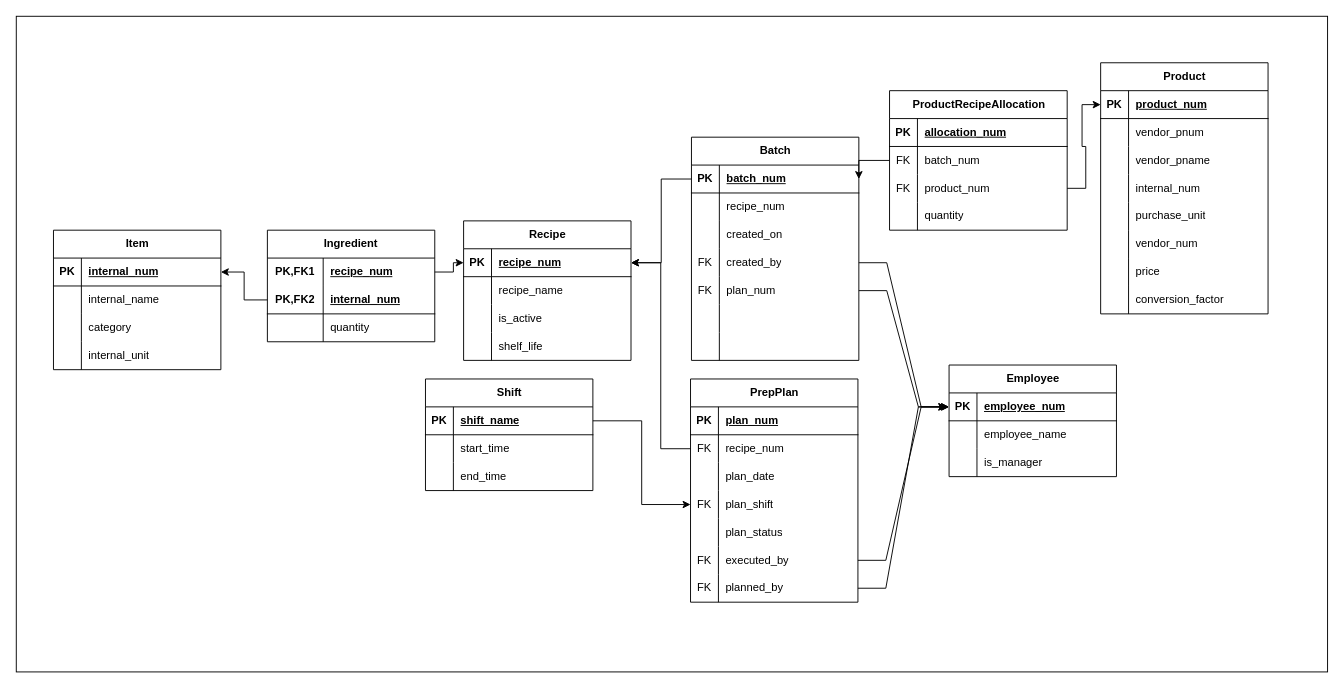
Above: Documentation/Diagrams/recipe_system.drawio in 00jeremy00/Food_Inventory (draw.io), before the change. Source tidied: cells renumbered, new cells numbered last; positions are measured from the earlier drawing's top-left corner, leaving out a move shared by most shapes. Both pictures are drawn from the tidied source at 93%, with x=0, y=0 at pixel (16, 16).
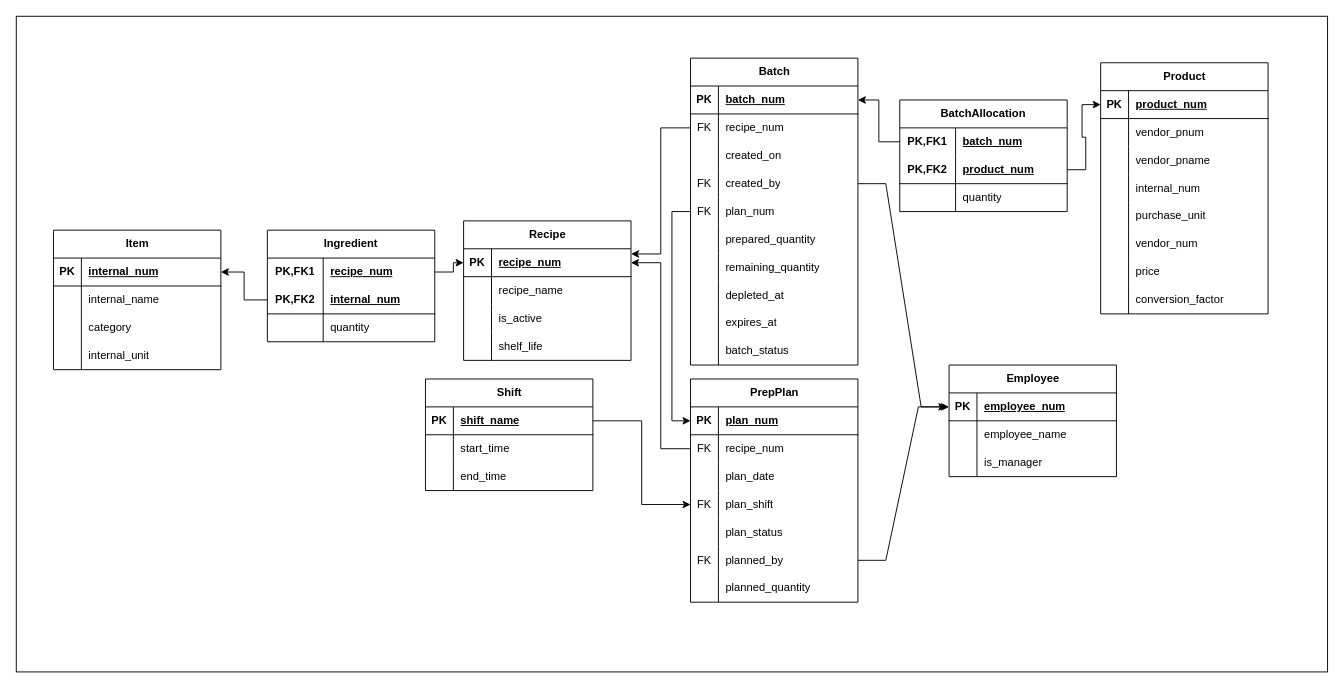
The same diagram, later.

Unchanged cells that the change refers to:
```xml
<mxCell id="4" style="shape=tableRow;horizontal=0;startSize=0;swimlaneHead=0;swimlaneBody=0;fillColor=none;points=[[0,0.5],[1,0.5]];portConstraint=eastwest;top=0;left=0;right=0;bottom=1;swimlaneLine=1;" parent="3" vertex="1">
  <mxGeometry y="30" width="180" height="30" as="geometry" />
</mxCell>
<mxCell id="14" style="shape=tableRow;horizontal=0;startSize=0;swimlaneHead=0;swimlaneBody=0;fillColor=none;points=[[0,0.5],[1,0.5]];portConstraint=eastwest;top=0;left=0;right=0;bottom=1;swimlaneLine=1;" parent="13" vertex="1">
  <mxGeometry y="30" width="180" height="30" as="geometry" />
</mxCell>
<mxCell id="49" value="PrepPlan" style="shape=table;startSize=30;childLayout=tableLayout;rowLines=0;fontStyle=1;align=center;html=1;swimlaneLine=1;" parent="1" vertex="1">
  <mxGeometry x="725" y="390" width="180" height="240" as="geometry" />
</mxCell>
<mxCell id="50" style="shape=tableRow;horizontal=0;startSize=0;swimlaneHead=0;swimlaneBody=0;fillColor=none;points=[[0,0.5],[1,0.5]];portConstraint=eastwest;top=0;left=0;right=0;bottom=1;swimlaneLine=1;" parent="49" vertex="1">
  <mxGeometry y="30" width="180" height="30" as="geometry" />
</mxCell>
<mxCell id="95" style="shape=tableRow;horizontal=0;startSize=0;swimlaneHead=0;swimlaneBody=0;fillColor=none;points=[[0,0.5],[1,0.5]];portConstraint=eastwest;top=0;left=0;right=0;bottom=1;swimlaneLine=1;" parent="94" vertex="1">
  <mxGeometry y="30" width="180" height="30" as="geometry" />
</mxCell>
<mxCell id="98" style="shape=tableRow;horizontal=0;startSize=0;swimlaneHead=0;swimlaneBody=0;fillColor=none;points=[[0,0.5],[1,0.5]];portConstraint=eastwest;top=0;left=0;right=0;bottom=0;swimlaneLine=1;" parent="94" vertex="1">
  <mxGeometry y="60" width="180" height="30" as="geometry" />
</mxCell>
<mxCell id="107" style="shape=tableRow;horizontal=0;startSize=0;swimlaneHead=0;swimlaneBody=0;fillColor=none;points=[[0,0.5],[1,0.5]];portConstraint=eastwest;top=0;left=0;right=0;bottom=0;swimlaneLine=1;" parent="94" vertex="1">
  <mxGeometry y="150" width="180" height="30" as="geometry" />
</mxCell>
<mxCell id="110" style="shape=tableRow;horizontal=0;startSize=0;swimlaneHead=0;swimlaneBody=0;fillColor=none;top=0;left=0;right=0;bottom=0;swimlaneLine=1;" parent="94" vertex="1">
  <mxGeometry y="180" width="180" height="30" as="geometry" />
</mxCell>
<mxCell id="113" style="shape=tableRow;horizontal=0;startSize=0;swimlaneHead=0;swimlaneBody=0;fillColor=none;top=0;left=0;right=0;bottom=0;swimlaneLine=1;" parent="94" vertex="1">
  <mxGeometry y="210" width="180" height="30" as="geometry" />
</mxCell>
<mxCell id="117" style="shape=tableRow;horizontal=0;startSize=0;swimlaneHead=0;swimlaneBody=0;fillColor=none;points=[[0,0.5],[1,0.5]];portConstraint=eastwest;top=0;left=0;right=0;bottom=1;swimlaneLine=1;" parent="116" vertex="1">
  <mxGeometry y="30" width="180" height="30" as="geometry" />
</mxCell>
```

Change to the diagram source:
```diff
@@
-    <mxCell id="65" style="shape=tableRow;horizontal=0;startSize=0;swimlaneHead=0;swimlaneBody=0;fillColor=none;points=[[0,0.5],[1,0.5]];portConstraint=eastwest;top=0;left=0;right=0;bottom=0;swimlaneLine=1;" parent="49" vertex="1">
-      <mxGeometry y="180" width="180" height="30" as="geometry" />
-    </mxCell>
-    <mxCell id="66" value="FK" style="shape=partialRectangle;fillColor=none;top=0;left=0;bottom=0;right=0;overflow=hidden;whiteSpace=wrap;html=1;swimlaneLine=1;" parent="65" vertex="1">
-      <mxGeometry width="30" height="30" as="geometry" />
-    </mxCell>
-    <mxCell id="67" value="executed_by" style="shape=partialRectangle;fillColor=none;top=0;left=0;bottom=0;right=0;align=left;spacingLeft=6;overflow=hidden;whiteSpace=wrap;html=1;swimlaneLine=1;" parent="65" vertex="1">
-      <mxGeometry x="30" width="150" height="30" as="geometry" />
-    </mxCell>
     <mxCell id="68" style="shape=tableRow;horizontal=0;startSize=0;swimlaneHead=0;swimlaneBody=0;fillColor=none;points=[[0,0.5],[1,0.5]];portConstraint=eastwest;top=0;left=0;right=0;bottom=0;swimlaneLine=1;" parent="49" vertex="1">
-      <mxGeometry y="210" width="180" height="30" as="geometry" />
+      <mxGeometry y="180" width="180" height="30" as="geometry" />
     </mxCell>
@@
+    <mxCell id="152" style="shape=tableRow;horizontal=0;startSize=0;swimlaneHead=0;swimlaneBody=0;fillColor=none;top=0;left=0;right=0;bottom=0;swimlaneLine=1;" parent="49" vertex="1">
+      <mxGeometry y="210" width="180" height="30" as="geometry" />
+    </mxCell>
+    <mxCell id="153" style="shape=partialRectangle;fillColor=none;top=0;left=0;bottom=0;right=0;overflow=hidden;whiteSpace=wrap;html=1;swimlaneLine=1;" parent="152" vertex="1">
+      <mxGeometry width="30" height="30" as="geometry" />
+    </mxCell>
+    <mxCell id="154" value="planned_quantity" style="shape=partialRectangle;fillColor=none;top=0;left=0;bottom=0;right=0;align=left;spacingLeft=6;overflow=hidden;whiteSpace=wrap;html=1;swimlaneLine=1;" parent="152" vertex="1">
+      <mxGeometry x="30" width="150" height="30" as="geometry" />
+    </mxCell>
@@
-    <mxCell id="81" value="ProductRecipeAllocation" style="shape=table;startSize=30;childLayout=tableLayout;rowLines=0;fontStyle=1;align=center;html=1;swimlaneLine=1;" parent="1" vertex="1">
-      <mxGeometry x="939" y="80" width="191" height="150" as="geometry" />
-    </mxCell>
-    <mxCell id="82" style="shape=tableRow;horizontal=0;startSize=0;swimlaneHead=0;swimlaneBody=0;fillColor=none;top=0;left=0;right=0;bottom=1;swimlaneLine=1;" parent="81" vertex="1">
-      <mxGeometry y="30" width="191" height="30" as="geometry" />
-    </mxCell>
-    <mxCell id="83" value="PK" style="shape=partialRectangle;fillColor=none;top=0;left=0;bottom=0;right=0;fontStyle=1;overflow=hidden;whiteSpace=wrap;html=1;swimlaneLine=1;" parent="82" vertex="1">
-      <mxGeometry width="30" height="30" as="geometry" />
-    </mxCell>
-    <mxCell id="84" value="allocation_num" style="shape=partialRectangle;fillColor=none;top=0;left=0;bottom=0;right=0;align=left;spacingLeft=6;fontStyle=5;overflow=hidden;whiteSpace=wrap;html=1;swimlaneLine=1;" parent="82" vertex="1">
-      <mxGeometry x="30" width="161" height="30" as="geometry" />
-    </mxCell>
-    <mxCell id="85" style="shape=tableRow;horizontal=0;startSize=0;swimlaneHead=0;swimlaneBody=0;fillColor=none;points=[[0,0.5],[1,0.5]];portConstraint=eastwest;top=0;left=0;right=0;bottom=0;swimlaneLine=1;" parent="81" vertex="1">
-      <mxGeometry y="60" width="191" height="30" as="geometry" />
-    </mxCell>
-    <mxCell id="86" value="FK" style="shape=partialRectangle;fillColor=none;top=0;left=0;bottom=0;right=0;overflow=hidden;whiteSpace=wrap;html=1;swimlaneLine=1;" parent="85" vertex="1">
-      <mxGeometry width="30" height="30" as="geometry" />
-    </mxCell>
-    <mxCell id="87" value="batch_num" style="shape=partialRectangle;fillColor=none;top=0;left=0;bottom=0;right=0;align=left;spacingLeft=6;overflow=hidden;whiteSpace=wrap;html=1;swimlaneLine=1;" parent="85" vertex="1">
-      <mxGeometry x="30" width="161" height="30" as="geometry" />
-    </mxCell>
-    <mxCell id="88" style="shape=tableRow;horizontal=0;startSize=0;swimlaneHead=0;swimlaneBody=0;fillColor=none;points=[[0,0.5],[1,0.5]];portConstraint=eastwest;top=0;left=0;right=0;bottom=0;swimlaneLine=1;" parent="81" vertex="1">
-      <mxGeometry y="90" width="191" height="30" as="geometry" />
-    </mxCell>
-    <mxCell id="89" value="FK" style="shape=partialRectangle;fillColor=none;top=0;left=0;bottom=0;right=0;overflow=hidden;whiteSpace=wrap;html=1;swimlaneLine=1;" parent="88" vertex="1">
-      <mxGeometry width="30" height="30" as="geometry" />
-    </mxCell>
-    <mxCell id="90" value="product_num" style="shape=partialRectangle;fillColor=none;top=0;left=0;bottom=0;right=0;align=left;spacingLeft=6;overflow=hidden;whiteSpace=wrap;html=1;swimlaneLine=1;" parent="88" vertex="1">
-      <mxGeometry x="30" width="161" height="30" as="geometry" />
-    </mxCell>
-    <mxCell id="91" style="shape=tableRow;horizontal=0;startSize=0;swimlaneHead=0;swimlaneBody=0;fillColor=none;top=0;left=0;right=0;bottom=0;swimlaneLine=1;" parent="81" vertex="1">
-      <mxGeometry y="120" width="191" height="30" as="geometry" />
-    </mxCell>
-    <mxCell id="92" style="shape=partialRectangle;fillColor=none;top=0;left=0;bottom=0;right=0;overflow=hidden;whiteSpace=wrap;html=1;swimlaneLine=1;" parent="91" vertex="1">
-      <mxGeometry width="30" height="30" as="geometry" />
-    </mxCell>
-    <mxCell id="93" value="quantity" style="shape=partialRectangle;fillColor=none;top=0;left=0;bottom=0;right=0;align=left;spacingLeft=6;overflow=hidden;whiteSpace=wrap;html=1;swimlaneLine=1;" parent="91" vertex="1">
-      <mxGeometry x="30" width="161" height="30" as="geometry" />
-    </mxCell>
     <mxCell id="94" value="Batch" style="shape=table;startSize=30;childLayout=tableLayout;rowLines=0;fontStyle=1;align=center;html=1;swimlaneLine=1;" parent="1" vertex="1">
-      <mxGeometry x="726" y="130" width="180" height="240" as="geometry" />
+      <mxGeometry x="725" y="45" width="180" height="330" as="geometry" />
     </mxCell>
@@
-    <mxCell id="99" style="shape=partialRectangle;fillColor=none;top=0;left=0;bottom=0;right=0;overflow=hidden;whiteSpace=wrap;html=1;swimlaneLine=1;" parent="98" vertex="1">
+    <mxCell id="99" value="FK" style="shape=partialRectangle;fillColor=none;top=0;left=0;bottom=0;right=0;overflow=hidden;whiteSpace=wrap;html=1;swimlaneLine=1;" parent="98" vertex="1">
       <mxGeometry width="30" height="30" as="geometry" />
     </mxCell>
@@
-    <mxCell id="112" style="shape=partialRectangle;fillColor=none;top=0;left=0;bottom=0;right=0;align=left;spacingLeft=6;overflow=hidden;whiteSpace=wrap;html=1;swimlaneLine=1;" parent="110" vertex="1">
+    <mxCell id="112" value="prepared_quantity" style="shape=partialRectangle;fillColor=none;top=0;left=0;bottom=0;right=0;align=left;spacingLeft=6;overflow=hidden;whiteSpace=wrap;html=1;swimlaneLine=1;" parent="110" vertex="1">
       <mxGeometry x="30" width="150" height="30" as="geometry" />
     </mxCell>
@@
-    <mxCell id="115" style="shape=partialRectangle;fillColor=none;top=0;left=0;bottom=0;right=0;align=left;spacingLeft=6;overflow=hidden;whiteSpace=wrap;html=1;swimlaneLine=1;" parent="113" vertex="1">
+    <mxCell id="115" value="remaining_quantity" style="shape=partialRectangle;fillColor=none;top=0;left=0;bottom=0;right=0;align=left;spacingLeft=6;overflow=hidden;whiteSpace=wrap;html=1;swimlaneLine=1;" parent="113" vertex="1">
       <mxGeometry x="30" width="150" height="30" as="geometry" />
     </mxCell>
+    <mxCell id="155" style="shape=tableRow;horizontal=0;startSize=0;swimlaneHead=0;swimlaneBody=0;fillColor=none;top=0;left=0;right=0;bottom=0;swimlaneLine=1;" parent="94" vertex="1">
+      <mxGeometry y="240" width="180" height="30" as="geometry" />
+    </mxCell>
+    <mxCell id="156" style="shape=partialRectangle;fillColor=none;top=0;left=0;bottom=0;right=0;overflow=hidden;whiteSpace=wrap;html=1;swimlaneLine=1;" parent="155" vertex="1">
+      <mxGeometry width="30" height="30" as="geometry" />
+    </mxCell>
+    <mxCell id="157" value="depleted_at" style="shape=partialRectangle;fillColor=none;top=0;left=0;bottom=0;right=0;align=left;spacingLeft=6;overflow=hidden;whiteSpace=wrap;html=1;swimlaneLine=1;" parent="155" vertex="1">
+      <mxGeometry x="30" width="150" height="30" as="geometry" />
+    </mxCell>
+    <mxCell id="158" style="shape=tableRow;horizontal=0;startSize=0;swimlaneHead=0;swimlaneBody=0;fillColor=none;top=0;left=0;right=0;bottom=0;swimlaneLine=1;" parent="94" vertex="1">
+      <mxGeometry y="270" width="180" height="30" as="geometry" />
+    </mxCell>
+    <mxCell id="159" style="shape=partialRectangle;fillColor=none;top=0;left=0;bottom=0;right=0;overflow=hidden;whiteSpace=wrap;html=1;swimlaneLine=1;" parent="158" vertex="1">
+      <mxGeometry width="30" height="30" as="geometry" />
+    </mxCell>
+    <mxCell id="160" value="expires_at" style="shape=partialRectangle;fillColor=none;top=0;left=0;bottom=0;right=0;align=left;spacingLeft=6;overflow=hidden;whiteSpace=wrap;html=1;swimlaneLine=1;" parent="158" vertex="1">
+      <mxGeometry x="30" width="150" height="30" as="geometry" />
+    </mxCell>
+    <mxCell id="161" style="shape=tableRow;horizontal=0;startSize=0;swimlaneHead=0;swimlaneBody=0;fillColor=none;top=0;left=0;right=0;bottom=0;swimlaneLine=1;" parent="94" vertex="1">
+      <mxGeometry y="300" width="180" height="30" as="geometry" />
+    </mxCell>
+    <mxCell id="162" style="shape=partialRectangle;fillColor=none;top=0;left=0;bottom=0;right=0;overflow=hidden;whiteSpace=wrap;html=1;swimlaneLine=1;" parent="161" vertex="1">
+      <mxGeometry width="30" height="30" as="geometry" />
+    </mxCell>
+    <mxCell id="163" value="batch_status" style="shape=partialRectangle;fillColor=none;top=0;left=0;bottom=0;right=0;align=left;spacingLeft=6;overflow=hidden;whiteSpace=wrap;html=1;swimlaneLine=1;" parent="161" vertex="1">
+      <mxGeometry x="30" width="150" height="30" as="geometry" />
+    </mxCell>
@@
-    <mxCell id="141" style="edgeStyle=orthogonalEdgeStyle;rounded=0;jettySize=auto;html=1;exitX=1;exitY=0.5;exitDx=0;exitDy=0;swimlaneLine=1;" parent="1" edge="1" source="88" target="117">
-      <mxGeometry relative="1" as="geometry" />
-    </mxCell>
-    <mxCell id="142" style="edgeStyle=orthogonalEdgeStyle;rounded=0;jettySize=auto;html=1;exitX=0;exitY=0.5;exitDx=0;exitDy=0;entryX=1;entryY=0.5;entryDx=0;entryDy=0;swimlaneLine=1;" parent="1" edge="1" source="85" target="95">
-      <mxGeometry relative="1" as="geometry" />
-    </mxCell>
@@
-    <mxCell id="147" style="edgeStyle=orthogonalEdgeStyle;rounded=0;jettySize=auto;html=1;exitX=0;exitY=0.5;exitDx=0;exitDy=0;entryX=1;entryY=0.5;entryDx=0;entryDy=0;swimlaneLine=1;" parent="1" edge="1" source="95" target="14">
-      <mxGeometry relative="1" as="geometry" />
-    </mxCell>
-    <mxCell id="148" style="edgeStyle=entityRelationEdgeStyle;rounded=0;jettySize=auto;html=1;exitX=1;exitY=0.5;exitDx=0;exitDy=0;entryX=0;entryY=0.5;entryDx=0;entryDy=0;swimlaneLine=1;" parent="1" edge="1" source="65" target="4">
+    <mxCell id="148" style="edgeStyle=entityRelationEdgeStyle;rounded=0;jettySize=auto;html=1;exitX=1;exitY=0.5;exitDx=0;exitDy=0;entryX=0;entryY=0.5;entryDx=0;entryDy=0;swimlaneLine=1;" parent="1" edge="1" target="4">
       <mxGeometry relative="1" as="geometry" />
     </mxCell>
@@
-    <mxCell id="151" style="edgeStyle=entityRelationEdgeStyle;rounded=0;jettySize=auto;html=1;exitX=1;exitY=0.5;exitDx=0;exitDy=0;swimlaneLine=1;" parent="1" edge="1" source="107">
-      <mxGeometry relative="1" as="geometry">
-        <mxPoint x="1000" y="420" as="targetPoint" />
-      </mxGeometry>
-    </mxCell>
+    <mxCell id="164" value="BatchAllocation" style="shape=table;startSize=30;childLayout=tableLayout;rowLines=0;fontStyle=1;align=center;html=1;whiteSpace=wrap;" parent="1" vertex="1">
+      <mxGeometry x="950" y="90" width="180" height="120" as="geometry" />
+    </mxCell>
+    <mxCell id="165" style="shape=tableRow;horizontal=0;startSize=0;swimlaneHead=0;swimlaneBody=0;fillColor=none;points=[[0,0.5],[1,0.5]];portConstraint=eastwest;top=0;left=0;right=0;bottom=0;html=1;" parent="164" vertex="1">
+      <mxGeometry y="30" width="180" height="30" as="geometry" />
+    </mxCell>
+    <mxCell id="166" value="PK,FK1" style="shape=partialRectangle;fillColor=none;top=0;left=0;bottom=0;right=0;fontStyle=1;overflow=hidden;html=1;whiteSpace=wrap;" parent="165" vertex="1">
+      <mxGeometry width="60" height="30" as="geometry" />
+    </mxCell>
+    <mxCell id="87" value="batch_num" style="shape=partialRectangle;fillColor=none;top=0;left=0;bottom=0;right=0;align=left;spacingLeft=6;fontStyle=5;overflow=hidden;html=1;whiteSpace=wrap;" parent="165" vertex="1">
+      <mxGeometry x="60" width="120" height="30" as="geometry" />
+    </mxCell>
+    <mxCell id="167" style="shape=tableRow;horizontal=0;startSize=0;swimlaneHead=0;swimlaneBody=0;fillColor=none;points=[[0,0.5],[1,0.5]];portConstraint=eastwest;top=0;left=0;right=0;bottom=1;html=1;" parent="164" vertex="1">
+      <mxGeometry y="60" width="180" height="30" as="geometry" />
+    </mxCell>
+    <mxCell id="168" value="PK,FK2" style="shape=partialRectangle;fillColor=none;top=0;left=0;bottom=0;right=0;fontStyle=1;overflow=hidden;html=1;whiteSpace=wrap;" parent="167" vertex="1">
+      <mxGeometry width="60" height="30" as="geometry" />
+    </mxCell>
+    <mxCell id="90" value="product_num" style="shape=partialRectangle;fillColor=none;top=0;left=0;bottom=0;right=0;align=left;spacingLeft=6;fontStyle=5;overflow=hidden;html=1;whiteSpace=wrap;" parent="167" vertex="1">
+      <mxGeometry x="60" width="120" height="30" as="geometry" />
+    </mxCell>
+    <mxCell id="169" style="shape=tableRow;horizontal=0;startSize=0;swimlaneHead=0;swimlaneBody=0;fillColor=none;top=0;left=0;right=0;bottom=0;html=1;" parent="164" vertex="1">
+      <mxGeometry y="90" width="180" height="30" as="geometry" />
+    </mxCell>
+    <mxCell id="170" style="shape=partialRectangle;fillColor=none;top=0;left=0;bottom=0;right=0;overflow=hidden;html=1;whiteSpace=wrap;" parent="169" vertex="1">
+      <mxGeometry width="60" height="30" as="geometry" />
+    </mxCell>
+    <mxCell id="93" value="quantity" style="shape=partialRectangle;fillColor=none;top=0;left=0;bottom=0;right=0;align=left;spacingLeft=6;overflow=hidden;html=1;whiteSpace=wrap;" parent="169" vertex="1">
+      <mxGeometry x="60" width="120" height="30" as="geometry" />
+    </mxCell>
+    <mxCell id="171" style="edgeStyle=orthogonalEdgeStyle;rounded=0;jettySize=auto;html=1;exitX=0;exitY=0.5;exitDx=0;exitDy=0;entryX=1;entryY=0.5;entryDx=0;entryDy=0;" parent="1" edge="1" source="165" target="95">
+      <mxGeometry relative="1" as="geometry" />
+    </mxCell>
+    <mxCell id="172" style="edgeStyle=orthogonalEdgeStyle;rounded=0;jettySize=auto;html=1;exitX=1;exitY=0.5;exitDx=0;exitDy=0;entryX=0;entryY=0.5;entryDx=0;entryDy=0;" parent="1" edge="1" source="167" target="117">
+      <mxGeometry relative="1" as="geometry" />
+    </mxCell>
+    <mxCell id="173" style="edgeStyle=orthogonalEdgeStyle;rounded=0;jettySize=auto;html=1;exitX=0;exitY=0.5;exitDx=0;exitDy=0;entryX=0;entryY=0.5;entryDx=0;entryDy=0;" parent="1" edge="1" source="107" target="50">
+      <mxGeometry relative="1" as="geometry" />
+    </mxCell>
+    <mxCell id="174" style="edgeStyle=orthogonalEdgeStyle;rounded=0;jettySize=auto;html=1;exitX=0;exitY=0.5;exitDx=0;exitDy=0;entryX=1.001;entryY=0.186;entryDx=0;entryDy=0;entryPerimeter=0;" parent="1" edge="1" source="98" target="14">
+      <mxGeometry relative="1" as="geometry" />
+    </mxCell>
```
